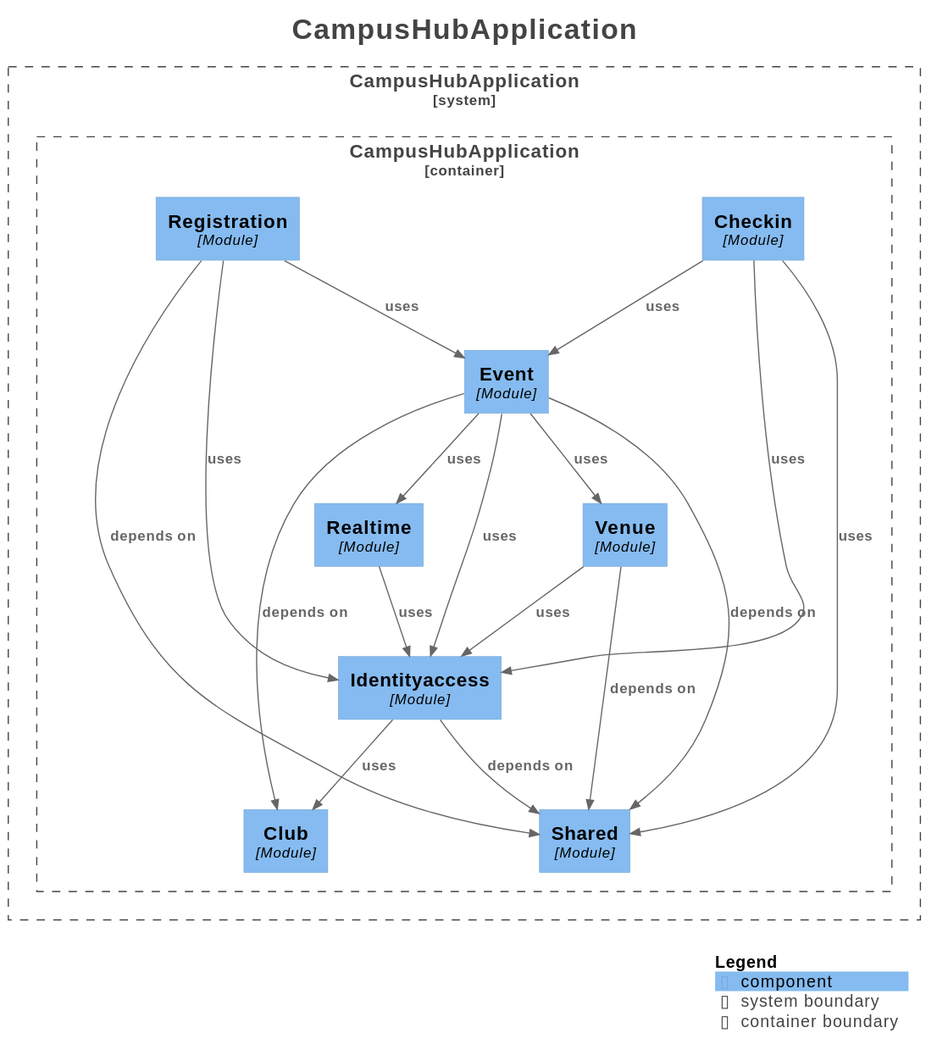
Above: docs/architecture/module-diagram.svg in Jamiedz999/campushub (PlantUML), before the change.
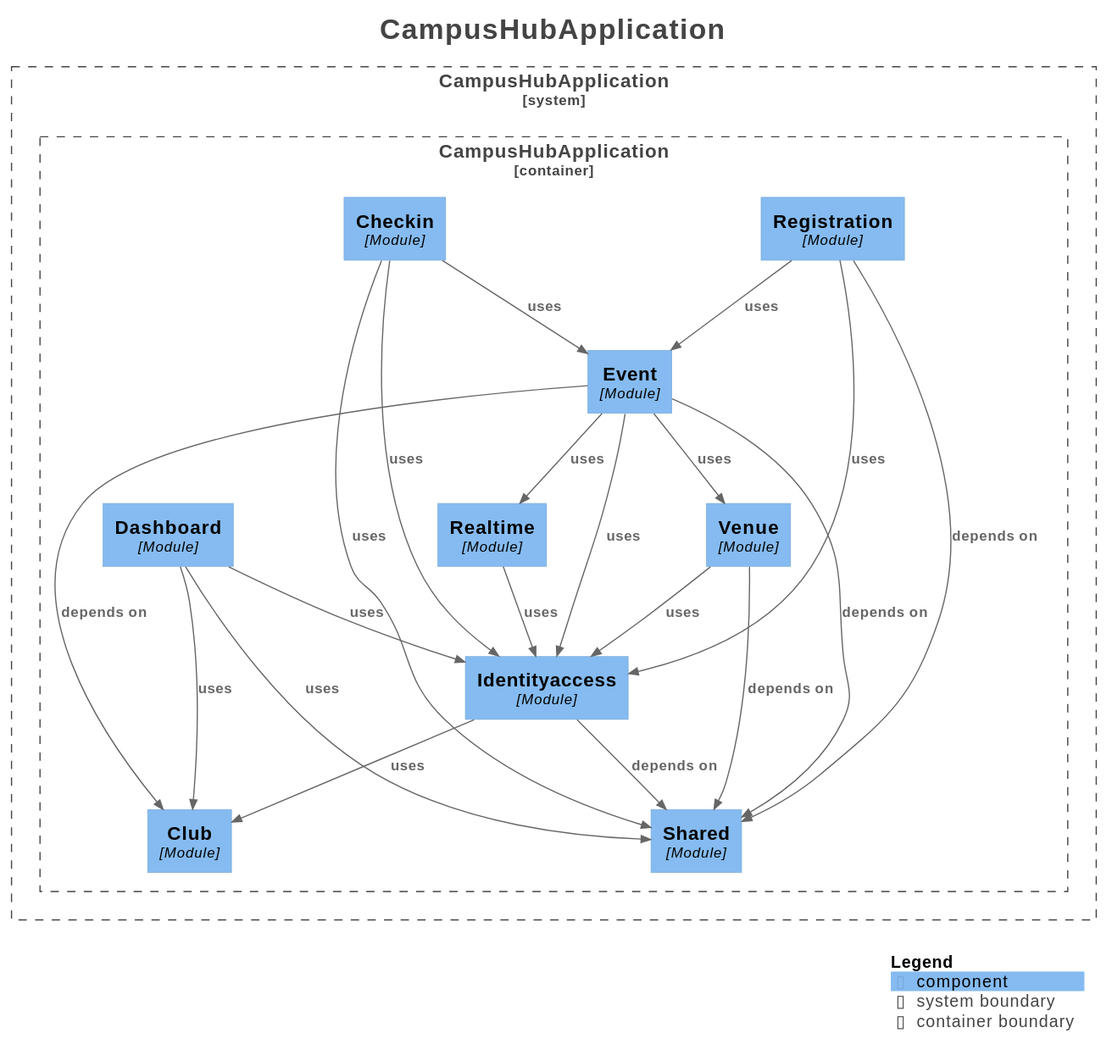
After the commit.

The edit, as a diff of the source:
```diff
@@ -17,14 +17,15 @@
 
 System_Boundary("CampusHubApplication_boundary", "CampusHubApplication", $tags="") {
   Container_Boundary("CampusHubApplication.CampusHubApplication_boundary", "CampusHubApplication", $tags="") {
+    Component(CampusHubApplication.CampusHubApplication.Event, "Event", $techn="Module", $descr="", $tags="", $link="")
     Component(CampusHubApplication.CampusHubApplication.Checkin, "Checkin", $techn="Module", $descr="", $tags="", $link="")
     Component(CampusHubApplication.CampusHubApplication.Registration, "Registration", $techn="Module", $descr="", $tags="", $link="")
     Component(CampusHubApplication.CampusHubApplication.Club, "Club", $techn="Module", $descr="", $tags="", $link="")
     Component(CampusHubApplication.CampusHubApplication.Shared, "Shared", $techn="Module", $descr="", $tags="", $link="")
     Component(CampusHubApplication.CampusHubApplication.Identityaccess, "Identityaccess", $techn="Module", $descr="", $tags="", $link="")
+    Component(CampusHubApplication.CampusHubApplication.Dashboard, "Dashboard", $techn="Module", $descr="", $tags="", $link="")
     Component(CampusHubApplication.CampusHubApplication.Realtime, "Realtime", $techn="Module", $descr="", $tags="", $link="")
     Component(CampusHubApplication.CampusHubApplication.Venue, "Venue", $techn="Module", $descr="", $tags="", $link="")
-    Component(CampusHubApplication.CampusHubApplication.Event, "Event", $techn="Module", $descr="", $tags="", $link="")
   }
 
 }
@@ -33,18 +34,21 @@
 Rel(CampusHubApplication.CampusHubApplication.Checkin, CampusHubApplication.CampusHubApplication.Shared, "uses", $techn="", $tags="", $link="")
 Rel(CampusHubApplication.CampusHubApplication.Checkin, CampusHubApplication.CampusHubApplication.Identityaccess, "uses", $techn="", $tags="", $link="")
 Rel(CampusHubApplication.CampusHubApplication.Realtime, CampusHubApplication.CampusHubApplication.Identityaccess, "uses", $techn="", $tags="", $link="")
-Rel(CampusHubApplication.CampusHubApplication.Venue, CampusHubApplication.CampusHubApplication.Shared, "depends on", $techn="", $tags="", $link="")
-Rel(CampusHubApplication.CampusHubApplication.Venue, CampusHubApplication.CampusHubApplication.Identityaccess, "uses", $techn="", $tags="", $link="")
-Rel(CampusHubApplication.CampusHubApplication.Identityaccess, CampusHubApplication.CampusHubApplication.Shared, "depends on", $techn="", $tags="", $link="")
-Rel(CampusHubApplication.CampusHubApplication.Identityaccess, CampusHubApplication.CampusHubApplication.Club, "uses", $techn="", $tags="", $link="")
 Rel(CampusHubApplication.CampusHubApplication.Event, CampusHubApplication.CampusHubApplication.Club, "depends on", $techn="", $tags="", $link="")
 Rel(CampusHubApplication.CampusHubApplication.Event, CampusHubApplication.CampusHubApplication.Shared, "depends on", $techn="", $tags="", $link="")
 Rel(CampusHubApplication.CampusHubApplication.Event, CampusHubApplication.CampusHubApplication.Venue, "uses", $techn="", $tags="", $link="")
 Rel(CampusHubApplication.CampusHubApplication.Event, CampusHubApplication.CampusHubApplication.Realtime, "uses", $techn="", $tags="", $link="")
 Rel(CampusHubApplication.CampusHubApplication.Event, CampusHubApplication.CampusHubApplication.Identityaccess, "uses", $techn="", $tags="", $link="")
+Rel(CampusHubApplication.CampusHubApplication.Venue, CampusHubApplication.CampusHubApplication.Shared, "depends on", $techn="", $tags="", $link="")
+Rel(CampusHubApplication.CampusHubApplication.Venue, CampusHubApplication.CampusHubApplication.Identityaccess, "uses", $techn="", $tags="", $link="")
 Rel(CampusHubApplication.CampusHubApplication.Registration, CampusHubApplication.CampusHubApplication.Shared, "depends on", $techn="", $tags="", $link="")
 Rel(CampusHubApplication.CampusHubApplication.Registration, CampusHubApplication.CampusHubApplication.Event, "uses", $techn="", $tags="", $link="")
 Rel(CampusHubApplication.CampusHubApplication.Registration, CampusHubApplication.CampusHubApplication.Identityaccess, "uses", $techn="", $tags="", $link="")
+Rel(CampusHubApplication.CampusHubApplication.Dashboard, CampusHubApplication.CampusHubApplication.Shared, "uses", $techn="", $tags="", $link="")
+Rel(CampusHubApplication.CampusHubApplication.Dashboard, CampusHubApplication.CampusHubApplication.Identityaccess, "uses", $techn="", $tags="", $link="")
+Rel(CampusHubApplication.CampusHubApplication.Dashboard, CampusHubApplication.CampusHubApplication.Club, "uses", $techn="", $tags="", $link="")
+Rel(CampusHubApplication.CampusHubApplication.Identityaccess, CampusHubApplication.CampusHubApplication.Shared, "depends on", $techn="", $tags="", $link="")
+Rel(CampusHubApplication.CampusHubApplication.Identityaccess, CampusHubApplication.CampusHubApplication.Club, "uses", $techn="", $tags="", $link="")
 
 SHOW_LEGEND(true)
 hide stereotypes
```
